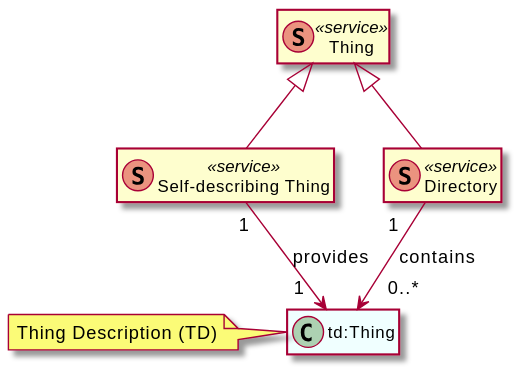
Before: images/exploration-class-diagram.svg, a diagram exported from PlantUML (w3c/wot-discovery).
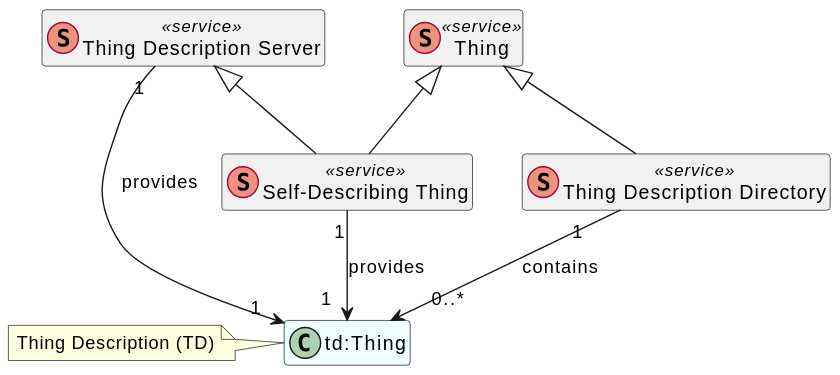
Above is the later version.

Commit message:
update UML diagram

What changed in the source:
```diff
@@ -2,18 +2,22 @@
 hide methods
 hide members
 
+class Server as "Thing Description Server" <<(S,#eb937f) service>>
+
 class Thing <<(S,#eb937f) service>>
 together {
-    class SelfDesc as "Self-describing Thing" <<(S,#eb937f) service>>
-    class Directory <<(S,#eb937f) service>>
+    class SelfDesc as "Self-Describing Thing" <<(S,#eb937f) service>>
+    class Directory as "Thing Description Directory" <<(S,#eb937f) service>>
 }
 
 class TD as "td:Thing" #Azure
 note left: Thing Description (TD)
 
 Thing <|-- SelfDesc
+Server <|-- SelfDesc
 Thing <|-- Directory
 SelfDesc "1" --> "1  " TD: provides
+Server "1" --> "1  " TD: provides
 Directory "1   " --> "   0..*" TD: contains
 
 
```
